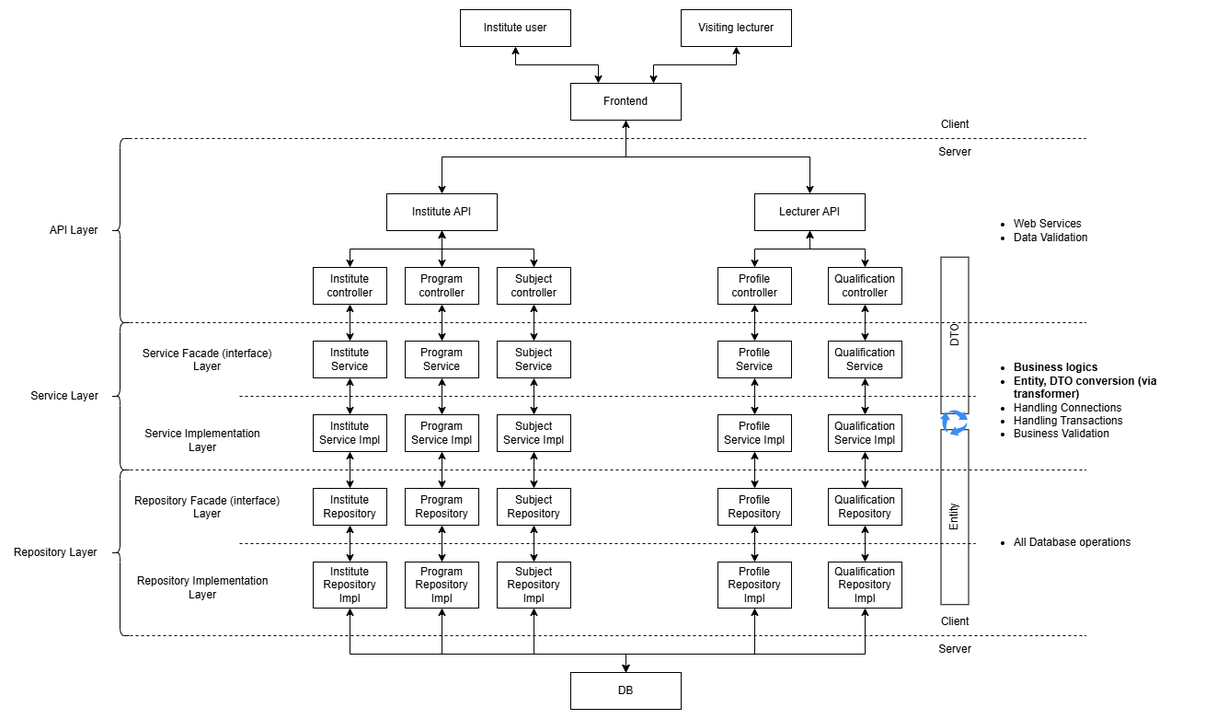
The draw.io diagram img/Lecture_Link_Architecture.drawio.png in tharindu152/project_proposal, before a commit. Source tidied: cells renumbered, new cells last; positions are measured from the earlier drawing's top-left corner, leaving out a move shared by most shapes.
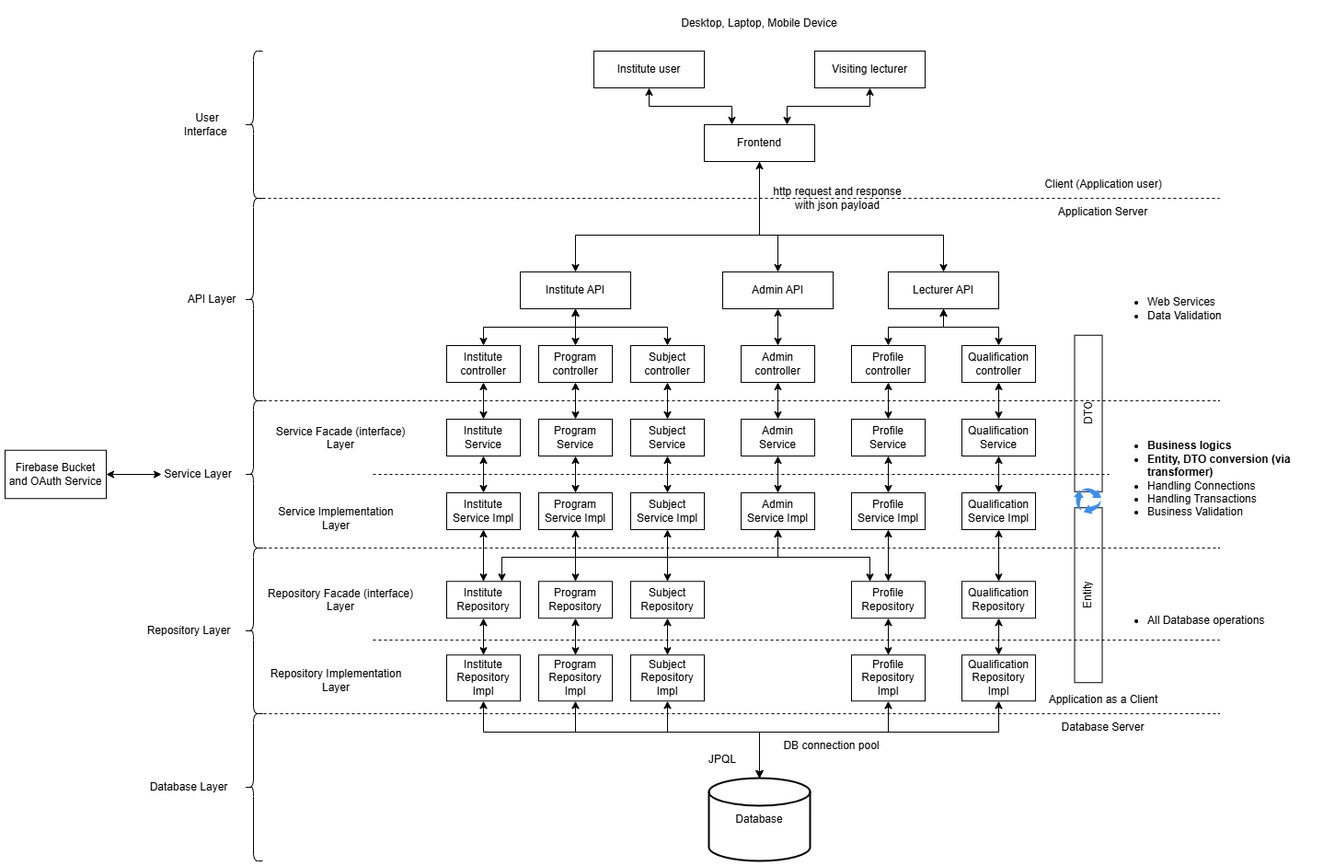
After the change.

Diff of the diagram source:
```diff
@@ -11,15 +11,25 @@
     <mxCell id="4" style="edgeStyle=orthogonalEdgeStyle;rounded=0;jettySize=auto;html=1;exitX=0.5;exitY=1;exitDx=0;exitDy=0;entryX=0.5;entryY=0;entryDx=0;entryDy=0;" parent="1" edge="1" source="6" target="10">
-      <mxGeometry relative="1" as="geometry" />
+      <mxGeometry relative="1" as="geometry">
+        <Array as="points">
+          <mxPoint x="670" y="160" />
+          <mxPoint x="470" y="160" />
+        </Array>
+      </mxGeometry>
     </mxCell>
     <mxCell id="5" style="edgeStyle=orthogonalEdgeStyle;rounded=0;jettySize=auto;html=1;exitX=0.5;exitY=1;exitDx=0;exitDy=0;startArrow=classic;startFill=1;" parent="1" edge="1" source="6" target="11">
-      <mxGeometry relative="1" as="geometry" />
+      <mxGeometry relative="1" as="geometry">
+        <Array as="points">
+          <mxPoint x="670" y="160" />
+          <mxPoint x="870" y="160" />
+        </Array>
+      </mxGeometry>
     </mxCell>
     <mxCell id="6" value="Frontend" style="rounded=0;whiteSpace=wrap;html=1;fillColor=none;" parent="1" vertex="1">
-      <mxGeometry x="610" y="80" width="120" height="40" as="geometry" />
+      <mxGeometry x="610" y="40" width="120" height="40" as="geometry" />
     </mxCell>
     <mxCell id="7" value="Institute user" style="rounded=0;whiteSpace=wrap;html=1;fillColor=none;" parent="1" vertex="1">
-      <mxGeometry x="490" width="120" height="40" as="geometry" />
+      <mxGeometry x="490" y="-40" width="120" height="40" as="geometry" />
     </mxCell>
     <mxCell id="8" value="Visiting lecturer" style="rounded=0;whiteSpace=wrap;html=1;fillColor=none;" parent="1" vertex="1">
-      <mxGeometry x="730" width="120" height="40" as="geometry" />
+      <mxGeometry x="730" y="-40" width="120" height="40" as="geometry" />
     </mxCell>
@@ -34,5 +44,6 @@
     </mxCell>
-    <mxCell id="12" style="endArrow=none;dashed=1;html=1;rounded=0;exitX=1;exitY=0;exitDx=0;exitDy=0;exitPerimeter=0;" parent="1" edge="1" source="74">
+    <mxCell id="12" style="endArrow=none;dashed=1;html=1;rounded=0;exitX=1;exitY=0;exitDx=0;exitDy=0;exitPerimeter=0;" parent="1" edge="1">
       <mxGeometry relative="1" as="geometry">
-        <mxPoint x="1170" y="140" as="targetPoint" />
+        <mxPoint x="130" y="120" as="sourcePoint" />
+        <mxPoint x="1170" y="120" as="targetPoint" />
       </mxGeometry>
@@ -40,3 +51,3 @@
     <mxCell id="13" value="API Layer" style="rounded=0;whiteSpace=wrap;html=1;fillColor=none;strokeColor=none;" parent="1" vertex="1">
-      <mxGeometry x="40" y="220" width="60" height="40" as="geometry" />
+      <mxGeometry x="45" y="210" width="60" height="40" as="geometry" />
     </mxCell>
@@ -69,7 +80,7 @@
     </mxCell>
-    <mxCell id="23" value="Client" style="rounded=0;whiteSpace=wrap;html=1;fillColor=none;strokeColor=none;" parent="1" vertex="1">
-      <mxGeometry x="992.5" y="110" width="70" height="30" as="geometry" />
+    <mxCell id="23" value="Client (Application user)" style="rounded=0;whiteSpace=wrap;html=1;fillColor=none;strokeColor=none;" parent="1" vertex="1">
+      <mxGeometry x="975" y="90" width="137.5" height="30" as="geometry" />
     </mxCell>
-    <mxCell id="24" value="Server" style="rounded=0;whiteSpace=wrap;html=1;fillColor=none;strokeColor=none;" parent="1" vertex="1">
-      <mxGeometry x="992.5" y="140" width="70" height="30" as="geometry" />
+    <mxCell id="24" value="Application Server" style="rounded=0;whiteSpace=wrap;html=1;fillColor=none;strokeColor=none;" parent="1" vertex="1">
+      <mxGeometry x="983.1" y="120" width="121.2" height="30" as="geometry" />
     </mxCell>
@@ -161,30 +172,30 @@
     <mxCell id="51" value="Institute Repository" style="rounded=0;whiteSpace=wrap;html=1;fillColor=none;" parent="1" vertex="1">
-      <mxGeometry x="330" y="520" width="80" height="40" as="geometry" />
+      <mxGeometry x="330" y="536.2" width="80" height="40" as="geometry" />
     </mxCell>
     <mxCell id="52" value="Program&lt;div&gt;Repository&lt;/div&gt;" style="rounded=0;whiteSpace=wrap;html=1;fillColor=none;" parent="1" vertex="1">
-      <mxGeometry x="430" y="520" width="80" height="40" as="geometry" />
+      <mxGeometry x="430" y="536.2" width="80" height="40" as="geometry" />
     </mxCell>
     <mxCell id="53" value="Subject&lt;br&gt;&lt;div&gt;Repository&lt;/div&gt;" style="rounded=0;whiteSpace=wrap;html=1;fillColor=none;" parent="1" vertex="1">
-      <mxGeometry x="530" y="520" width="80" height="40" as="geometry" />
+      <mxGeometry x="530" y="536.2" width="80" height="40" as="geometry" />
     </mxCell>
     <mxCell id="54" value="Profile&lt;div&gt;Repository&lt;/div&gt;" style="rounded=0;whiteSpace=wrap;html=1;fillColor=none;" parent="1" vertex="1">
-      <mxGeometry x="770" y="520" width="80" height="40" as="geometry" />
+      <mxGeometry x="770" y="536.2" width="80" height="40" as="geometry" />
     </mxCell>
     <mxCell id="55" value="Qualification&lt;br&gt;&lt;div&gt;Repository&lt;/div&gt;" style="rounded=0;whiteSpace=wrap;html=1;fillColor=none;" parent="1" vertex="1">
-      <mxGeometry x="890" y="520" width="80" height="40" as="geometry" />
+      <mxGeometry x="890" y="536.2" width="80" height="40" as="geometry" />
     </mxCell>
     <mxCell id="56" value="Institute Repository Impl" style="rounded=0;whiteSpace=wrap;html=1;fillColor=none;" parent="1" vertex="1">
-      <mxGeometry x="330" y="600" width="80" height="50" as="geometry" />
+      <mxGeometry x="330" y="616.2" width="80" height="50" as="geometry" />
     </mxCell>
     <mxCell id="57" value="Program&lt;br&gt;&lt;div&gt;&lt;span style=&quot;background-color: initial;&quot;&gt;Repository&lt;/span&gt;&lt;/div&gt;&lt;div&gt;&lt;span style=&quot;background-color: initial;&quot;&gt;Impl&lt;/span&gt;&lt;/div&gt;" style="rounded=0;whiteSpace=wrap;html=1;fillColor=none;" parent="1" vertex="1">
-      <mxGeometry x="430" y="600" width="80" height="50" as="geometry" />
+      <mxGeometry x="430" y="616.2" width="80" height="50" as="geometry" />
     </mxCell>
     <mxCell id="58" value="Subject&lt;br&gt;&lt;div&gt;&lt;span style=&quot;background-color: initial;&quot;&gt;Repository&lt;/span&gt;&lt;/div&gt;&lt;div&gt;&lt;span style=&quot;background-color: initial;&quot;&gt;Impl&lt;/span&gt;&lt;/div&gt;" style="rounded=0;whiteSpace=wrap;html=1;fillColor=none;" parent="1" vertex="1">
-      <mxGeometry x="530" y="600" width="80" height="50" as="geometry" />
+      <mxGeometry x="530" y="616.2" width="80" height="50" as="geometry" />
     </mxCell>
     <mxCell id="59" value="Profile&lt;div&gt;&lt;div&gt;&lt;span style=&quot;background-color: initial;&quot;&gt;Repository&lt;/span&gt;&lt;/div&gt;&lt;div&gt;&lt;span style=&quot;background-color: initial;&quot;&gt;Impl&lt;/span&gt;&lt;/div&gt;&lt;/div&gt;" style="rounded=0;whiteSpace=wrap;html=1;fillColor=none;" parent="1" vertex="1">
-      <mxGeometry x="770" y="600" width="80" height="50" as="geometry" />
+      <mxGeometry x="770" y="616.2" width="80" height="50" as="geometry" />
     </mxCell>
     <mxCell id="60" value="Qualification&lt;br&gt;&lt;div&gt;&lt;div&gt;&lt;span style=&quot;background-color: initial;&quot;&gt;Repository&lt;/span&gt;&lt;/div&gt;&lt;div&gt;&lt;span style=&quot;background-color: initial;&quot;&gt;Impl&lt;/span&gt;&lt;/div&gt;&lt;/div&gt;" style="rounded=0;whiteSpace=wrap;html=1;fillColor=none;" parent="1" vertex="1">
-      <mxGeometry x="890" y="600" width="80" height="50" as="geometry" />
+      <mxGeometry x="890" y="616.2" width="80" height="50" as="geometry" />
     </mxCell>
@@ -222,4 +233,4 @@
       <mxGeometry relative="1" as="geometry">
-        <mxPoint x="250" y="580" as="sourcePoint" />
-        <mxPoint x="1050" y="580" as="targetPoint" />
+        <mxPoint x="250" y="600" as="sourcePoint" />
+        <mxPoint x="1170" y="600" as="targetPoint" />
       </mxGeometry>
@@ -227,9 +238,9 @@
     <mxCell id="72" value="&lt;b style=&quot;font-weight:normal;&quot; id=&quot;docs-internal-guid-31feec5b-7fff-037c-acd2-e17941e6e98d&quot;&gt;&lt;p dir=&quot;ltr&quot; style=&quot;line-height: 1.2; margin-top: 0pt; margin-bottom: 0pt;&quot;&gt;&lt;span style=&quot;font-size:9pt;font-family:Arial,sans-serif;color:#000000;background-color:transparent;font-weight:400;font-style:normal;font-variant:normal;text-decoration:none;vertical-align:baseline;white-space:pre;white-space:pre-wrap;&quot;&gt;Repository Facade (interface) Layer&lt;/span&gt;&lt;/p&gt;&lt;/b&gt;" style="text;whiteSpace=wrap;html=1;align=center;" parent="1" vertex="1">
-      <mxGeometry x="130" y="520" width="170" height="55" as="geometry" />
+      <mxGeometry x="130" y="536.2" width="170" height="55" as="geometry" />
     </mxCell>
     <mxCell id="73" value="&lt;b style=&quot;font-weight:normal;&quot; id=&quot;docs-internal-guid-31feec5b-7fff-037c-acd2-e17941e6e98d&quot;&gt;&lt;p dir=&quot;ltr&quot; style=&quot;line-height: 1.2; margin-top: 0pt; margin-bottom: 0pt;&quot;&gt;&lt;span style=&quot;font-size:9pt;font-family:Arial,sans-serif;color:#000000;background-color:transparent;font-weight:400;font-style:normal;font-variant:normal;text-decoration:none;vertical-align:baseline;white-space:pre;white-space:pre-wrap;&quot;&gt;&lt;span style=&quot;background-color: initial; font-family: Helvetica; white-space-collapse: collapse;&quot; id=&quot;docs-internal-guid-31feec5b-7fff-037c-acd2-e17941e6e98d&quot;&gt;&lt;span style=&quot;font-family: Arial, sans-serif; white-space-collapse: preserve;&quot;&gt;Repository &lt;/span&gt;&lt;/span&gt;Implementation Layer&lt;/span&gt;&lt;/p&gt;&lt;/b&gt;" style="text;whiteSpace=wrap;html=1;align=center;verticalAlign=middle;" parent="1" vertex="1">
-      <mxGeometry x="130" y="600" width="160" height="55" as="geometry" />
+      <mxGeometry x="130" y="616.2" width="160" height="55" as="geometry" />
     </mxCell>
     <mxCell id="74" style="shape=curlyBracket;whiteSpace=wrap;html=1;rounded=1;labelPosition=left;verticalLabelPosition=middle;align=right;verticalAlign=middle;" parent="1" vertex="1">
-      <mxGeometry x="110" y="140" width="20" height="200" as="geometry" />
+      <mxGeometry x="110" y="120" width="20" height="220" as="geometry" />
     </mxCell>
@@ -267,6 +278,3 @@
     </mxCell>
-    <mxCell id="85" value="DB" style="rounded=0;whiteSpace=wrap;html=1;fillColor=none;" parent="1" vertex="1">
-      <mxGeometry x="610" y="720" width="120" height="40" as="geometry" />
-    </mxCell>
-    <mxCell id="86" style="edgeStyle=orthogonalEdgeStyle;rounded=0;jettySize=auto;html=1;exitX=0.5;exitY=1;exitDx=0;exitDy=0;entryX=0.5;entryY=0;entryDx=0;entryDy=0;startArrow=classic;startFill=1;" parent="1" edge="1" source="56" target="85">
+    <mxCell id="86" style="edgeStyle=orthogonalEdgeStyle;rounded=0;jettySize=auto;html=1;exitX=0.5;exitY=1;exitDx=0;exitDy=0;entryX=0.5;entryY=0;entryDx=0;entryDy=0;startArrow=classic;startFill=1;entryPerimeter=0;" parent="1" edge="1" source="56" target="93">
       <mxGeometry relative="1" as="geometry">
@@ -278,3 +286,3 @@
     </mxCell>
-    <mxCell id="87" style="edgeStyle=orthogonalEdgeStyle;rounded=0;jettySize=auto;html=1;exitX=0.5;exitY=1;exitDx=0;exitDy=0;entryX=0.5;entryY=0;entryDx=0;entryDy=0;startArrow=classic;startFill=1;" parent="1" edge="1" source="57" target="85">
+    <mxCell id="87" style="edgeStyle=orthogonalEdgeStyle;rounded=0;jettySize=auto;html=1;exitX=0.5;exitY=1;exitDx=0;exitDy=0;entryX=0.5;entryY=0;entryDx=0;entryDy=0;startArrow=classic;startFill=1;entryPerimeter=0;" parent="1" edge="1" source="57" target="93">
       <mxGeometry relative="1" as="geometry">
@@ -286,4 +294,6 @@
     </mxCell>
-    <mxCell id="88" style="edgeStyle=orthogonalEdgeStyle;rounded=0;jettySize=auto;html=1;exitX=0.5;exitY=1;exitDx=0;exitDy=0;entryX=0.5;entryY=0;entryDx=0;entryDy=0;startArrow=classic;startFill=1;" parent="1" edge="1" source="58" target="85">
+    <mxCell id="88" style="edgeStyle=orthogonalEdgeStyle;rounded=0;orthogonalLoop=1;jettySize=auto;html=1;exitX=0.5;exitY=1;exitDx=0;exitDy=0;entryX=0.5;entryY=0;entryDx=0;entryDy=0;startArrow=classic;startFill=1;entryPerimeter=0;" parent="1" edge="1">
       <mxGeometry relative="1" as="geometry">
+        <mxPoint x="570" y="666.2" as="sourcePoint" />
+        <mxPoint x="670" y="750" as="targetPoint" />
         <Array as="points">
@@ -294,4 +304,6 @@
     </mxCell>
-    <mxCell id="89" style="edgeStyle=orthogonalEdgeStyle;rounded=0;jettySize=auto;html=1;exitX=0.5;exitY=1;exitDx=0;exitDy=0;entryX=0.5;entryY=0;entryDx=0;entryDy=0;startArrow=classic;startFill=1;" parent="1" edge="1" source="59" target="85">
+    <mxCell id="89" style="edgeStyle=orthogonalEdgeStyle;rounded=0;orthogonalLoop=1;jettySize=auto;html=1;exitX=0.5;exitY=1;exitDx=0;exitDy=0;entryX=0.5;entryY=0;entryDx=0;entryDy=0;startArrow=classic;startFill=1;entryPerimeter=0;" parent="1" edge="1">
       <mxGeometry relative="1" as="geometry">
+        <mxPoint x="810" y="666.2" as="sourcePoint" />
+        <mxPoint x="670" y="750" as="targetPoint" />
         <Array as="points">
@@ -302,4 +314,6 @@
     </mxCell>
-    <mxCell id="90" style="edgeStyle=orthogonalEdgeStyle;rounded=0;jettySize=auto;html=1;exitX=0.5;exitY=1;exitDx=0;exitDy=0;entryX=0.5;entryY=0;entryDx=0;entryDy=0;startArrow=classic;startFill=1;" parent="1" edge="1" source="60" target="85">
+    <mxCell id="90" style="edgeStyle=orthogonalEdgeStyle;rounded=0;orthogonalLoop=1;jettySize=auto;html=1;exitX=0.5;exitY=1;exitDx=0;exitDy=0;startArrow=classic;startFill=1;" parent="1" edge="1">
       <mxGeometry relative="1" as="geometry">
+        <mxPoint x="930" y="666.2" as="sourcePoint" />
+        <mxPoint x="670" y="750" as="targetPoint" />
         <Array as="points">
@@ -310,8 +324,86 @@
     </mxCell>
-    <mxCell id="91" value="Client" style="rounded=0;whiteSpace=wrap;html=1;fillColor=none;strokeColor=none;" parent="1" vertex="1">
-      <mxGeometry x="992.5" y="650" width="70" height="30" as="geometry" />
+    <mxCell id="91" value="Application as a Client" style="rounded=0;whiteSpace=wrap;html=1;fillColor=none;strokeColor=none;" parent="1" vertex="1">
+      <mxGeometry x="970" y="650" width="147.5" height="30" as="geometry" />
     </mxCell>
-    <mxCell id="92" value="Server" style="rounded=0;whiteSpace=wrap;html=1;fillColor=none;strokeColor=none;" parent="1" vertex="1">
-      <mxGeometry x="992.5" y="680" width="70" height="30" as="geometry" />
+    <mxCell id="92" value="Database Server" style="rounded=0;whiteSpace=wrap;html=1;fillColor=none;strokeColor=none;" parent="1" vertex="1">
+      <mxGeometry x="985" y="680" width="117.5" height="30" as="geometry" />
     </mxCell>
+    <mxCell id="93" value="Database" style="strokeWidth=2;html=1;shape=mxgraph.flowchart.database;whiteSpace=wrap;" parent="1" vertex="1">
+      <mxGeometry x="615" y="750" width="110" height="90" as="geometry" />
+    </mxCell>
+    <mxCell id="94" value="Admin&lt;div&gt;controller&lt;/div&gt;" style="rounded=0;whiteSpace=wrap;html=1;fillColor=none;" parent="1" vertex="1">
+      <mxGeometry x="650" y="280" width="80" height="40" as="geometry" />
+    </mxCell>
+    <mxCell id="95" value="Admin&lt;div&gt;Service&lt;/div&gt;" style="rounded=0;whiteSpace=wrap;html=1;fillColor=none;" parent="1" vertex="1">
+      <mxGeometry x="650" y="360" width="80" height="40" as="geometry" />
+    </mxCell>
+    <mxCell id="96" value="Admin&lt;div&gt;Service Impl&lt;/div&gt;" style="rounded=0;whiteSpace=wrap;html=1;fillColor=none;" parent="1" vertex="1">
+      <mxGeometry x="650" y="440" width="80" height="40" as="geometry" />
+    </mxCell>
+    <mxCell id="97" style="edgeStyle=orthogonalEdgeStyle;rounded=0;jettySize=auto;html=1;exitX=0.5;exitY=1;exitDx=0;exitDy=0;startArrow=classic;startFill=1;" parent="1" edge="1" source="94" target="95">
+      <mxGeometry relative="1" as="geometry" />
+    </mxCell>
+    <mxCell id="98" style="edgeStyle=orthogonalEdgeStyle;rounded=0;jettySize=auto;html=1;exitX=0.5;exitY=1;exitDx=0;exitDy=0;startArrow=classic;startFill=1;entryX=0.5;entryY=0;entryDx=0;entryDy=0;" parent="1" edge="1" source="95" target="96">
+      <mxGeometry relative="1" as="geometry" />
+    </mxCell>
+    <mxCell id="99" style="edgeStyle=orthogonalEdgeStyle;rounded=0;jettySize=auto;html=1;exitX=0.5;exitY=1;exitDx=0;exitDy=0;entryX=0.75;entryY=0;entryDx=0;entryDy=0;startArrow=classic;startFill=1;" parent="1" edge="1" source="96" target="51">
+      <mxGeometry relative="1" as="geometry">
+        <Array as="points">
+          <mxPoint x="690" y="510" />
+          <mxPoint x="390" y="510" />
+        </Array>
+      </mxGeometry>
+    </mxCell>
+    <mxCell id="100" style="edgeStyle=orthogonalEdgeStyle;rounded=0;jettySize=auto;html=1;exitX=0.5;exitY=1;exitDx=0;exitDy=0;entryX=0.25;entryY=0;entryDx=0;entryDy=0;startArrow=classic;startFill=1;" parent="1" edge="1" source="96" target="54">
+      <mxGeometry relative="1" as="geometry">
+        <Array as="points">
+          <mxPoint x="690" y="510" />
+          <mxPoint x="790" y="510" />
+        </Array>
+      </mxGeometry>
+    </mxCell>
+    <mxCell id="101" value="Admin API" style="rounded=0;whiteSpace=wrap;html=1;fillColor=none;" parent="1" vertex="1">
+      <mxGeometry x="630" y="200" width="120" height="40" as="geometry" />
+    </mxCell>
+    <mxCell id="102" style="edgeStyle=orthogonalEdgeStyle;rounded=0;jettySize=auto;html=1;exitX=0.5;exitY=1;exitDx=0;exitDy=0;entryX=0.5;entryY=0;entryDx=0;entryDy=0;" parent="1" edge="1" source="6" target="101">
+      <mxGeometry relative="1" as="geometry">
+        <Array as="points">
+          <mxPoint x="670" y="160" />
+          <mxPoint x="690" y="160" />
+        </Array>
+      </mxGeometry>
+    </mxCell>
+    <mxCell id="103" style="edgeStyle=orthogonalEdgeStyle;rounded=0;jettySize=auto;html=1;exitX=0.5;exitY=1;exitDx=0;exitDy=0;entryX=0.5;entryY=0;entryDx=0;entryDy=0;startArrow=classic;startFill=1;" parent="1" edge="1" source="101" target="94">
+      <mxGeometry relative="1" as="geometry" />
+    </mxCell>
+    <mxCell id="104" value="User Interface&amp;nbsp;" style="rounded=0;whiteSpace=wrap;html=1;fillColor=none;strokeColor=none;" parent="1" vertex="1">
+      <mxGeometry x="35" y="25" width="70" height="30" as="geometry" />
+    </mxCell>
+    <mxCell id="105" style="shape=curlyBracket;whiteSpace=wrap;html=1;rounded=1;labelPosition=left;verticalLabelPosition=middle;align=right;verticalAlign=middle;" parent="1" vertex="1">
+      <mxGeometry x="110" y="-40" width="20" height="160" as="geometry" />
+    </mxCell>
+    <mxCell id="106" style="shape=curlyBracket;whiteSpace=wrap;html=1;rounded=1;labelPosition=left;verticalLabelPosition=middle;align=right;verticalAlign=middle;" parent="1" vertex="1">
+      <mxGeometry x="110" y="680" width="20" height="160" as="geometry" />
+    </mxCell>
+    <mxCell id="107" value="Database Layer" style="rounded=0;whiteSpace=wrap;html=1;fillColor=none;strokeColor=none;" parent="1" vertex="1">
+      <mxGeometry y="740" width="100" height="40" as="geometry" />
+    </mxCell>
+    <mxCell id="108" value="JPQL" style="rounded=0;whiteSpace=wrap;html=1;fillColor=none;strokeColor=none;" parent="1" vertex="1">
+      <mxGeometry x="590" y="720" width="80" height="20" as="geometry" />
+    </mxCell>
+    <mxCell id="109" value="http request and response&lt;div&gt;with json payload&lt;/div&gt;" style="rounded=0;whiteSpace=wrap;html=1;fillColor=none;strokeColor=none;" parent="1" vertex="1">
+      <mxGeometry x="670" y="100" width="170" height="40" as="geometry" />
+    </mxCell>
+    <mxCell id="110" value="Desktop, Laptop, Mobile Device" style="rounded=0;whiteSpace=wrap;html=1;fillColor=none;strokeColor=none;" parent="1" vertex="1">
+      <mxGeometry x="450" y="-90" width="440" height="40" as="geometry" />
+    </mxCell>
+    <mxCell id="111" value="DB connection pool" style="rounded=0;whiteSpace=wrap;html=1;fillColor=none;strokeColor=none;" parent="1" vertex="1">
+      <mxGeometry x="690" y="700" width="117.5" height="30" as="geometry" />
+    </mxCell>
+    <mxCell id="112" style="edgeStyle=orthogonalEdgeStyle;rounded=0;jettySize=auto;html=1;exitX=1;exitY=0.5;exitDx=0;exitDy=0;entryX=0;entryY=0.5;entryDx=0;entryDy=0;startArrow=classic;startFill=1;" parent="1" edge="1" source="113" target="76">
+      <mxGeometry relative="1" as="geometry" />
+    </mxCell>
+    <mxCell id="113" value="Firebase Bucket and OAuth Service" style="rounded=0;whiteSpace=wrap;html=1;fillColor=none;" parent="1" vertex="1">
+      <mxGeometry x="-150" y="393.8" width="110" height="52.5" as="geometry" />
+    </mxCell>
   </root>
```
